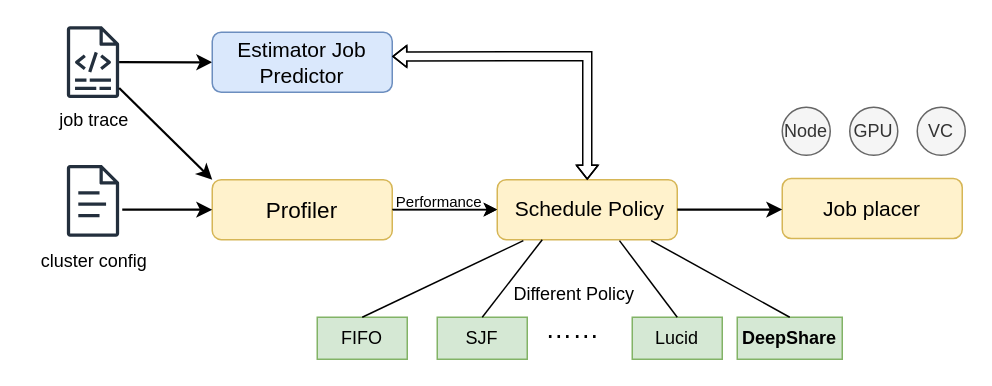
Earlier version of the draw.io diagram cluster2025/figs/cluster24-deepshare-4.1.drawio (Jinghao-coding/paperstudy). Source tidied: cells renumbered, new cells numbered last; positions are measured from the earlier drawing's top-left corner, leaving out a move shared by most shapes. Both pictures are drawn from the tidied source at 150%, with x=0, y=0 at pixel (26, 26).
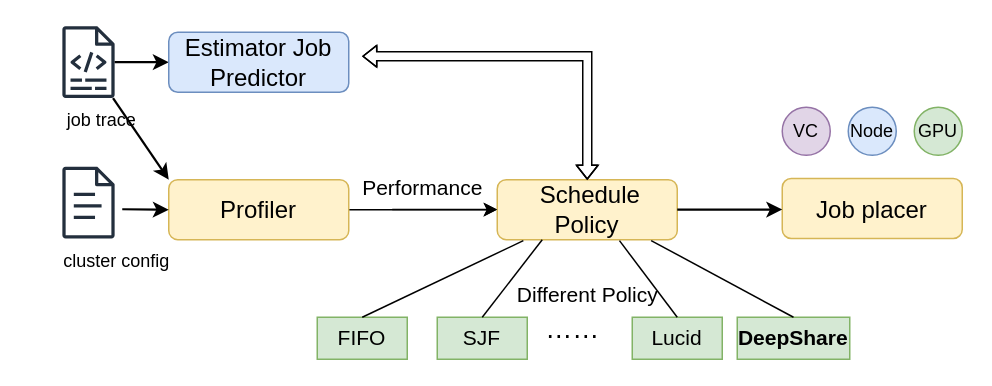
The same page after the edit.

The edit, as a diff of the source:
```diff
@@
     <mxCell id="2" style="sketch=0;fontColor=#232F3E;gradientColor=none;fillColor=#232F3D;strokeColor=none;dashed=0;verticalLabelPosition=bottom;verticalAlign=top;align=center;html=1;fontSize=12;fontStyle=0;shape=mxgraph.aws4.document;" parent="1" vertex="1">
-      <mxGeometry x="27" y="92.5" width="35" height="47.9" as="geometry" />
+      <mxGeometry x="24" y="93.6" width="35" height="47.9" as="geometry" />
     </mxCell>
     <mxCell id="3" style="sketch=0;outlineConnect=0;fontColor=#232F3E;gradientColor=none;fillColor=#232F3D;strokeColor=none;dashed=0;verticalLabelPosition=bottom;verticalAlign=top;align=center;html=1;fontSize=12;fontStyle=0;shape=mxgraph.aws4.logs;" parent="1" vertex="1">
-      <mxGeometry x="27" width="35" height="47.9" as="geometry" />
+      <mxGeometry x="24" width="35" height="47.9" as="geometry" />
     </mxCell>
     <mxCell id="4" value="job trace" style="text;html=1;align=center;verticalAlign=middle;strokeColor=none;fillColor=none;fontFamily=Helvetica;fontSize=12;fontColor=default;" parent="1" vertex="1">
-      <mxGeometry x="9.5" y="47.9" width="70" height="30" as="geometry" />
+      <mxGeometry x="15" y="47.9" width="70" height="30" as="geometry" />
     </mxCell>
     <mxCell id="5" value="cluster config" style="text;html=1;align=center;verticalAlign=middle;strokeColor=none;fillColor=none;fontFamily=Helvetica;fontSize=12;fontColor=default;" parent="1" vertex="1">
-      <mxGeometry x="-0.5" y="142.3" width="90" height="30" as="geometry" />
+      <mxGeometry x="15" y="142.3" width="90" height="30" as="geometry" />
     </mxCell>
@@
-    <mxCell id="8" value="Estimator Job Predictor" style="rounded=1;whiteSpace=wrap;html=1;strokeColor=#6c8ebf;strokeWidth=1;align=center;verticalAlign=middle;fontFamily=Helvetica;fontSize=14;fillColor=#dae8fc;" parent="1" vertex="1">
-      <mxGeometry x="124" y="4" width="120" height="40" as="geometry" />
+    <mxCell id="8" value="&lt;font style=&quot;font-size: 16px;&quot;&gt;Estimator Job Predictor&lt;/font&gt;" style="rounded=1;whiteSpace=wrap;html=1;strokeColor=#6c8ebf;strokeWidth=1;align=center;verticalAlign=middle;fontFamily=Helvetica;fontSize=14;fillColor=#dae8fc;" parent="1" vertex="1">
+      <mxGeometry x="95" y="4" width="120" height="40" as="geometry" />
     </mxCell>
@@
-    <mxCell id="10" value="Profiler" style="rounded=1;whiteSpace=wrap;html=1;strokeColor=#d6b656;strokeWidth=1;align=center;verticalAlign=middle;fontFamily=Helvetica;fontSize=15;fillColor=#fff2cc;" parent="1" vertex="1">
-      <mxGeometry x="124" y="102.3" width="120" height="40" as="geometry" />
+    <mxCell id="10" value="&lt;font style=&quot;font-size: 16px;&quot;&gt;Profiler&lt;/font&gt;" style="rounded=1;whiteSpace=wrap;html=1;strokeColor=#d6b656;strokeWidth=1;align=center;verticalAlign=middle;fontFamily=Helvetica;fontSize=15;fillColor=#fff2cc;" parent="1" vertex="1">
+      <mxGeometry x="95" y="102.3" width="120" height="40" as="geometry" />
     </mxCell>
     <mxCell id="11" style="endArrow=classic;html=1;rounded=0;fontFamily=Helvetica;fontSize=12;fontColor=default;entryX=0;entryY=0.5;entryDx=0;entryDy=0;strokeWidth=1.5;" parent="1" edge="1" target="10">
       <mxGeometry relative="1" as="geometry">
-        <mxPoint x="64" y="122.3" as="sourcePoint" />
+        <mxPoint x="64" y="122" as="sourcePoint" />
       </mxGeometry>
     </mxCell>
-    <mxCell id="12" value="&amp;nbsp;Schedule Policy" style="rounded=1;whiteSpace=wrap;html=1;strokeColor=#d6b656;strokeWidth=1;align=center;verticalAlign=middle;fontFamily=Helvetica;fontSize=14;fillColor=#fff2cc;" parent="1" vertex="1">
+    <mxCell id="12" value="&lt;font style=&quot;font-size: 16px;&quot;&gt;&amp;nbsp;Schedule Policy&lt;/font&gt;" style="rounded=1;whiteSpace=wrap;html=1;strokeColor=#d6b656;strokeWidth=1;align=center;verticalAlign=middle;fontFamily=Helvetica;fontSize=14;fillColor=#fff2cc;" parent="1" vertex="1">
       <mxGeometry x="314" y="102.3" width="120" height="40" as="geometry" />
     </mxCell>
     <mxCell id="13" style="shape=flexArrow;endArrow=classic;startArrow=classic;html=1;rounded=0;fontFamily=Helvetica;fontSize=12;fontColor=default;width=6;endSize=2.7142857142857144;entryX=0.5;entryY=0;entryDx=0;entryDy=0;startWidth=7.428571428571429;startSize=2.7142857142857144;endWidth=7.428571428571429;" parent="1" edge="1" target="12">
       <mxGeometry relative="1" as="geometry">
-        <mxPoint x="244" y="20.1" as="sourcePoint" />
+        <mxPoint x="224" y="20" as="sourcePoint" />
         <Array as="points">
           <mxPoint x="374" y="20" />
         </Array>
       </mxGeometry>
     </mxCell>
-    <mxCell id="14" value="Job placer" style="rounded=1;whiteSpace=wrap;html=1;strokeColor=#d6b656;strokeWidth=1;align=center;verticalAlign=middle;fontFamily=Helvetica;fontSize=14;fillColor=#fff2cc;" parent="1" vertex="1">
+    <mxCell id="14" value="&lt;font style=&quot;font-size: 16px;&quot;&gt;Job placer&lt;/font&gt;" style="rounded=1;whiteSpace=wrap;html=1;strokeColor=#d6b656;strokeWidth=1;align=center;verticalAlign=middle;fontFamily=Helvetica;fontSize=14;fillColor=#fff2cc;" parent="1" vertex="1">
       <mxGeometry x="504" y="101.5" width="120" height="40" as="geometry" />
     </mxCell>
@@
-    <mxCell id="17" value="&lt;font style=&quot;font-size: 10px;&quot;&gt;Performance&lt;/font&gt;" style="text;html=1;align=center;verticalAlign=middle;fontFamily=Helvetica;fontSize=12;strokeWidth=1.5;fontStyle=0;" parent="1" vertex="1">
-      <mxGeometry x="235" y="101.5" width="80" height="30" as="geometry" />
+    <mxCell id="17" value="&lt;font style=&quot;font-size: 14px;&quot;&gt;Performance&lt;/font&gt;" style="text;html=1;align=center;verticalAlign=middle;fontFamily=Helvetica;fontSize=12;strokeWidth=1.5;fontStyle=0;" parent="1" vertex="1">
+      <mxGeometry x="214" y="92.5" width="100" height="30" as="geometry" />
     </mxCell>
-    <mxCell id="18" value="Node" style="ellipse;whiteSpace=wrap;html=1;fillColor=#f5f5f5;fontColor=#333333;strokeColor=#666666;" parent="1" vertex="1">
-      <mxGeometry x="504" y="54" width="32" height="32" as="geometry" />
+    <mxCell id="18" value="Node" style="ellipse;whiteSpace=wrap;html=1;fillColor=#dae8fc;strokeColor=#6c8ebf;" parent="1" vertex="1">
+      <mxGeometry x="548" y="54" width="32" height="32" as="geometry" />
     </mxCell>
-    <mxCell id="19" value="FIFO" style="rounded=0;whiteSpace=wrap;html=1;fillColor=#d5e8d4;strokeColor=#82b366;" parent="1" vertex="1">
+    <mxCell id="19" value="&lt;font style=&quot;font-size: 14px;&quot;&gt;FIFO&lt;/font&gt;" style="rounded=0;whiteSpace=wrap;html=1;fillColor=#d5e8d4;strokeColor=#82b366;" parent="1" vertex="1">
       <mxGeometry x="194" y="194" width="60" height="28" as="geometry" />
     </mxCell>
-    <mxCell id="20" value="&lt;b&gt;DeepShare&lt;/b&gt;" style="rounded=0;whiteSpace=wrap;html=1;fillColor=#d5e8d4;strokeColor=#82b366;" parent="1" vertex="1">
-      <mxGeometry x="474" y="194" width="70" height="28" as="geometry" />
+    <mxCell id="20" value="&lt;b&gt;&lt;font style=&quot;font-size: 14px;&quot;&gt;DeepShare&lt;/font&gt;&lt;/b&gt;" style="rounded=0;whiteSpace=wrap;html=1;fillColor=#d5e8d4;strokeColor=#82b366;" parent="1" vertex="1">
+      <mxGeometry x="474" y="194" width="75" height="28" as="geometry" />
     </mxCell>
-    <mxCell id="21" value="Lucid" style="rounded=0;whiteSpace=wrap;html=1;fillColor=#d5e8d4;strokeColor=#82b366;" parent="1" vertex="1">
+    <mxCell id="21" value="&lt;font style=&quot;font-size: 14px;&quot;&gt;Lucid&lt;/font&gt;" style="rounded=0;whiteSpace=wrap;html=1;fillColor=#d5e8d4;strokeColor=#82b366;" parent="1" vertex="1">
       <mxGeometry x="404" y="194" width="60" height="28" as="geometry" />
     </mxCell>
-    <mxCell id="22" value="SJF" style="rounded=0;whiteSpace=wrap;html=1;fillColor=#d5e8d4;strokeColor=#82b366;" parent="1" vertex="1">
+    <mxCell id="22" value="&lt;font style=&quot;font-size: 14px;&quot;&gt;SJF&lt;/font&gt;" style="rounded=0;whiteSpace=wrap;html=1;fillColor=#d5e8d4;strokeColor=#82b366;" parent="1" vertex="1">
       <mxGeometry x="274" y="194" width="60" height="28" as="geometry" />
     </mxCell>
@@
-    <mxCell id="28" value="Different Policy" style="text;html=1;align=center;verticalAlign=middle;strokeColor=none;fillColor=none;" parent="1" vertex="1">
-      <mxGeometry x="315" y="164" width="100" height="30" as="geometry" />
+    <mxCell id="28" value="&lt;font style=&quot;font-size: 14px;&quot;&gt;Different Policy&lt;/font&gt;" style="text;html=1;align=center;verticalAlign=middle;strokeColor=none;fillColor=none;" parent="1" vertex="1">
+      <mxGeometry x="314" y="164" width="120" height="30" as="geometry" />
     </mxCell>
-    <mxCell id="29" value="GPU" style="ellipse;whiteSpace=wrap;html=1;fillColor=#f5f5f5;fontColor=#333333;strokeColor=#666666;" parent="1" vertex="1">
-      <mxGeometry x="549" y="54" width="32" height="32" as="geometry" />
+    <mxCell id="29" value="GPU" style="ellipse;whiteSpace=wrap;html=1;fillColor=#d5e8d4;strokeColor=#82b366;" parent="1" vertex="1">
+      <mxGeometry x="592" y="54" width="32" height="32" as="geometry" />
     </mxCell>
-    <mxCell id="30" value="VC" style="ellipse;whiteSpace=wrap;html=1;fillColor=#f5f5f5;fontColor=#333333;strokeColor=#666666;" parent="1" vertex="1">
-      <mxGeometry x="594" y="54" width="32" height="32" as="geometry" />
+    <mxCell id="30" value="VC" style="ellipse;whiteSpace=wrap;html=1;fillColor=#e1d5e7;strokeColor=#9673a6;" parent="1" vertex="1">
+      <mxGeometry x="504" y="54" width="32" height="32" as="geometry" />
     </mxCell>
```
